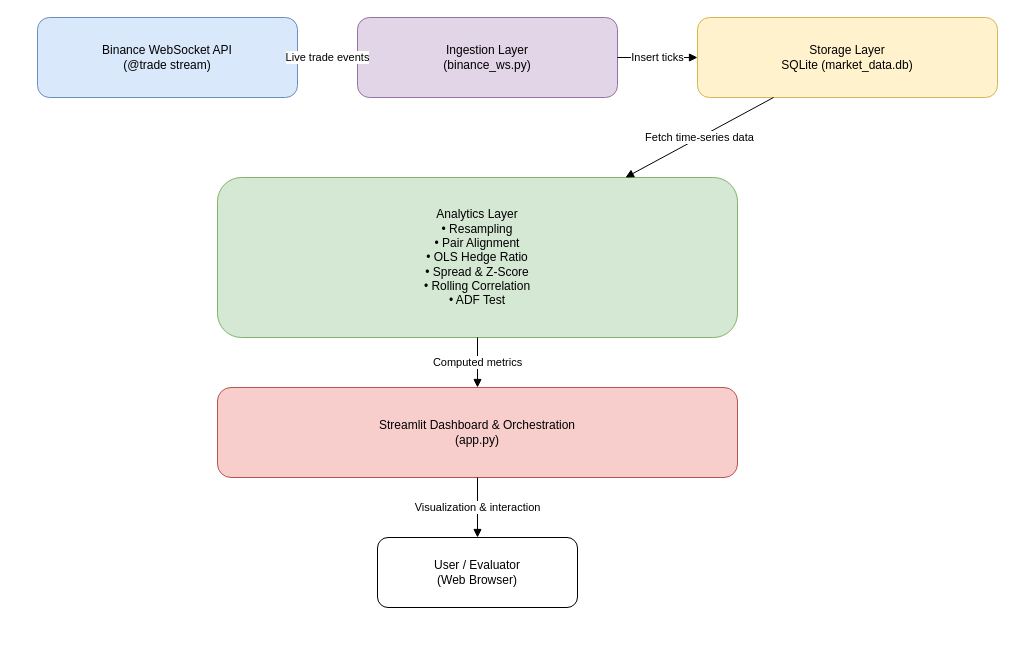
This is architecture.drawio from TanushreeKanade/Gemscap-Quant-Analytics, a draw.io file, before an edit. Source tidied: cells renumbered, new cells numbered last; positions are measured from the earlier drawing's top-left corner, leaving out a move shared by most shapes. Both pictures are drawn from the tidied source at 100%, with x=0, y=0 at pixel (37, 17).
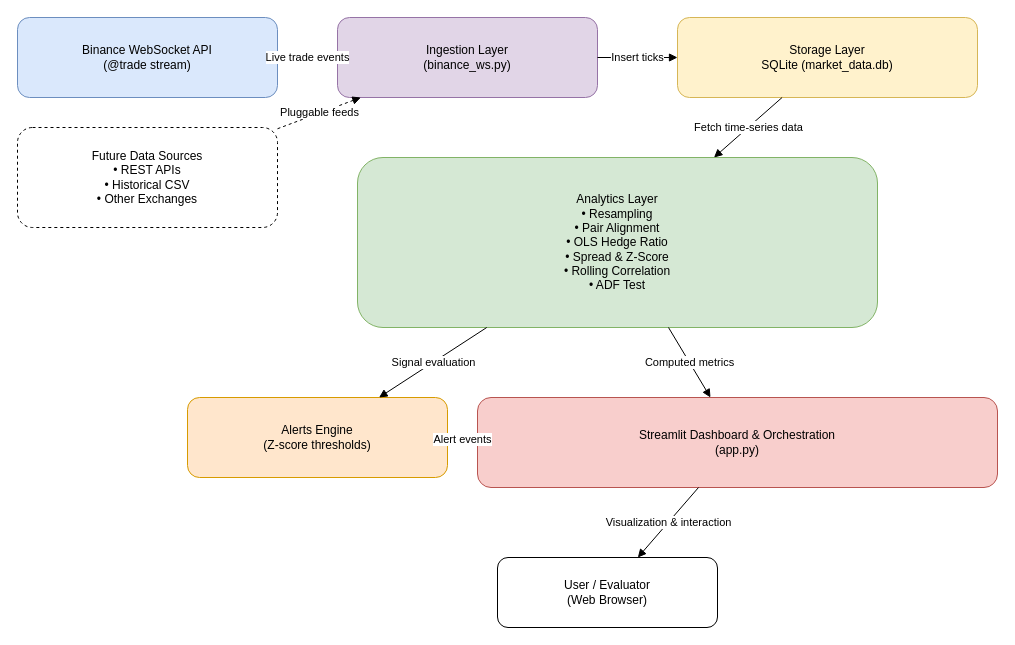
The same diagram, later.

Commit message (it also covers changes not shown here):
Prepare repo for rebase: add .gitignore and remove database from tracking

The edit, as a diff of the source:
```diff
@@
 <mxGraphModel>
   <root>
     <mxCell id="0" />
     <mxCell id="1" parent="0" />
     <mxCell id="2" value="Binance WebSocket API&#10;(@trade stream)" style="rounded=1;whiteSpace=wrap;html=1;fillColor=#dae8fc;strokeColor=#6c8ebf;" parent="1" vertex="1">
-      <mxGeometry width="260" height="80" as="geometry" />
+      <mxGeometry x="-20" width="260" height="80" as="geometry" />
     </mxCell>
+    <mxCell id="13" value="Future Data Sources&#10;• REST APIs&#10;• Historical CSV&#10;• Other Exchanges" style="rounded=1;dashed=1;whiteSpace=wrap;html=1;fillColor=#ffffff;strokeColor=#000000;" parent="1" vertex="1">
+      <mxGeometry x="-20" y="110" width="260" height="100" as="geometry" />
+    </mxCell>
     <mxCell id="3" value="Ingestion Layer&#10;(binance_ws.py)" style="rounded=1;whiteSpace=wrap;html=1;fillColor=#e1d5e7;strokeColor=#9673a6;" parent="1" vertex="1">
-      <mxGeometry x="320" width="260" height="80" as="geometry" />
+      <mxGeometry x="300" width="260" height="80" as="geometry" />
     </mxCell>
     <mxCell id="4" value="Storage Layer&#10;SQLite (market_data.db)" style="rounded=1;whiteSpace=wrap;html=1;fillColor=#fff2cc;strokeColor=#d6b656;" parent="1" vertex="1">
-      <mxGeometry x="660" width="300" height="80" as="geometry" />
+      <mxGeometry x="640" width="300" height="80" as="geometry" />
     </mxCell>
     <mxCell id="5" value="Analytics Layer&#10;• Resampling&#10;• Pair Alignment&#10;• OLS Hedge Ratio&#10;• Spread &amp; Z-Score&#10;• Rolling Correlation&#10;• ADF Test" style="rounded=1;whiteSpace=wrap;html=1;fillColor=#d5e8d4;strokeColor=#82b366;" parent="1" vertex="1">
-      <mxGeometry x="180" y="160" width="520" height="160" as="geometry" />
+      <mxGeometry x="320" y="140" width="520" height="170" as="geometry" />
     </mxCell>
+    <mxCell id="14" value="Alerts Engine&#10;(Z-score thresholds)" style="rounded=1;whiteSpace=wrap;html=1;fillColor=#ffe6cc;strokeColor=#d79b00;" parent="1" vertex="1">
+      <mxGeometry x="150" y="380" width="260" height="80" as="geometry" />
+    </mxCell>
     <mxCell id="6" value="Streamlit Dashboard &amp; Orchestration&#10;(app.py)" style="rounded=1;whiteSpace=wrap;html=1;fillColor=#f8cecc;strokeColor=#b85450;" parent="1" vertex="1">
-      <mxGeometry x="180" y="370" width="520" height="90" as="geometry" />
+      <mxGeometry x="440" y="380" width="520" height="90" as="geometry" />
     </mxCell>
     <mxCell id="7" value="User / Evaluator&#10;(Web Browser)" style="rounded=1;whiteSpace=wrap;html=1;fillColor=#ffffff;strokeColor=#000000;" parent="1" vertex="1">
-      <mxGeometry x="340" y="520" width="200" height="70" as="geometry" />
+      <mxGeometry x="460" y="540" width="220" height="70" as="geometry" />
     </mxCell>
     <mxCell id="8" value="Live trade events" style="endArrow=block;html=1;" parent="1" edge="1" source="2" target="3">
       <mxGeometry relative="1" as="geometry" />
     </mxCell>
+    <mxCell id="15" value="Pluggable feeds" style="endArrow=block;dashed=1;html=1;" parent="1" edge="1" source="13" target="3">
+      <mxGeometry relative="1" as="geometry" />
+    </mxCell>
     <mxCell id="9" value="Insert ticks" style="endArrow=block;html=1;" parent="1" edge="1" source="3" target="4">
       <mxGeometry relative="1" as="geometry" />
     </mxCell>
     <mxCell id="10" value="Fetch time-series data" style="endArrow=block;html=1;" parent="1" edge="1" source="4" target="5">
       <mxGeometry relative="1" as="geometry" />
     </mxCell>
-    <mxCell id="11" value="Computed metrics" style="endArrow=block;html=1;" parent="1" edge="1" source="5" target="6">
+    <mxCell id="11" value="Signal evaluation" style="endArrow=block;html=1;" parent="1" edge="1" source="5" target="14">
       <mxGeometry relative="1" as="geometry" />
     </mxCell>
-    <mxCell id="12" value="Visualization &amp; interaction" style="endArrow=block;html=1;" parent="1" edge="1" source="6" target="7">
+    <mxCell id="12" value="Computed metrics" style="endArrow=block;html=1;" parent="1" edge="1" source="5" target="6">
       <mxGeometry relative="1" as="geometry" />
     </mxCell>
+    <mxCell id="16" value="Alert events" style="endArrow=block;html=1;" parent="1" edge="1" source="14" target="6">
+      <mxGeometry relative="1" as="geometry" />
+    </mxCell>
+    <mxCell id="17" value="Visualization &amp; interaction" style="endArrow=block;html=1;" parent="1" edge="1" source="6" target="7">
+      <mxGeometry relative="1" as="geometry" />
+    </mxCell>
   </root>
 </mxGraphModel>
```
